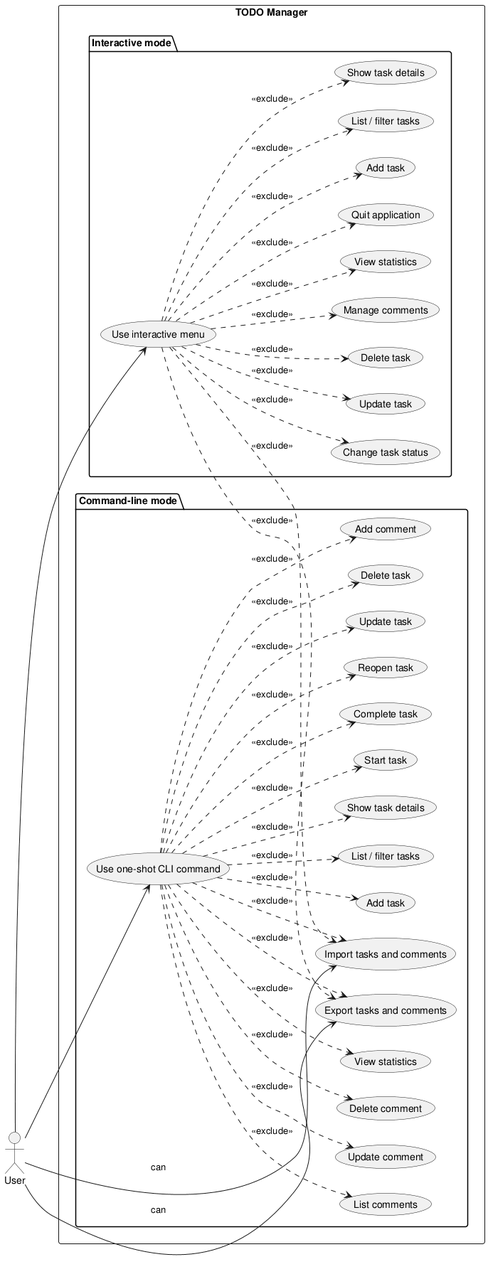
This is experiments/broadcast/structured_text/TODO/artifacts/use_case_diagram.png from DanielRiha8906/Software_autoevolution_using_agents, a PlantUML export, as it was before one commit. Its diagram source:
```plantuml
@startuml use_case_diagram

left to right direction

actor User

rectangle "TODO Manager" {

  package "Interactive mode" {
    usecase "Use interactive menu" as UI
    usecase "Add task" as I_ADD
    usecase "List / filter tasks" as I_LIST
    usecase "Show task details" as I_SHOW
    usecase "Change task status" as I_STATUS
    usecase "Update task" as I_UPDATE
    usecase "Delete task" as I_DELETE
    usecase "Manage comments" as I_COMMENTS
    usecase "View statistics" as I_STATS
    usecase "Quit application" as I_QUIT
  }

  package "Command-line mode" {
    usecase "Use one-shot CLI command" as CLI
    usecase "Add task" as C_ADD
    usecase "List / filter tasks" as C_LIST
    usecase "Show task details" as C_SHOW
    usecase "Start task" as C_START
    usecase "Complete task" as C_DONE
    usecase "Reopen task" as C_REOPEN
    usecase "Update task" as C_UPDATE
    usecase "Delete task" as C_DELETE
    usecase "Add comment" as C_ADD_COMMENT
    usecase "List comments" as C_LIST_COMMENTS
    usecase "Update comment" as C_UPDATE_COMMENT
    usecase "Delete comment" as C_DELETE_COMMENT
    usecase "View statistics" as C_STATS
    usecase "Export tasks and comments" as C_EXPORT
    usecase "Import tasks and comments" as C_IMPORT
  }
}

User --> UI
User --> CLI

UI ..> I_ADD    : <<exclude>>
UI ..> I_LIST   : <<exclude>>
UI ..> I_SHOW   : <<exclude>>
UI ..> I_STATUS : <<exclude>>
UI ..> I_UPDATE : <<exclude>>
UI ..> I_DELETE : <<exclude>>
UI ..> I_COMMENTS : <<exclude>>
UI ..> I_STATS  : <<exclude>>
UI ..> I_QUIT   : <<exclude>>

CLI ..> C_ADD    : <<exclude>>
CLI ..> C_LIST   : <<exclude>>
CLI ..> C_SHOW   : <<exclude>>
CLI ..> C_START  : <<exclude>>
CLI ..> C_DONE   : <<exclude>>
CLI ..> C_REOPEN : <<exclude>>
CLI ..> C_UPDATE : <<exclude>>
CLI ..> C_DELETE : <<exclude>>
CLI ..> C_ADD_COMMENT : <<exclude>>
CLI ..> C_LIST_COMMENTS : <<exclude>>
CLI ..> C_UPDATE_COMMENT : <<exclude>>
CLI ..> C_DELETE_COMMENT : <<exclude>>
CLI ..> C_STATS : <<exclude>>
CLI ..> C_EXPORT : <<exclude>>
CLI ..> C_IMPORT : <<exclude>>

UI ..> C_EXPORT : <<exclude>>
UI ..> C_IMPORT : <<exclude>>

User --> C_EXPORT : can
User --> C_IMPORT : can

@enduml
```
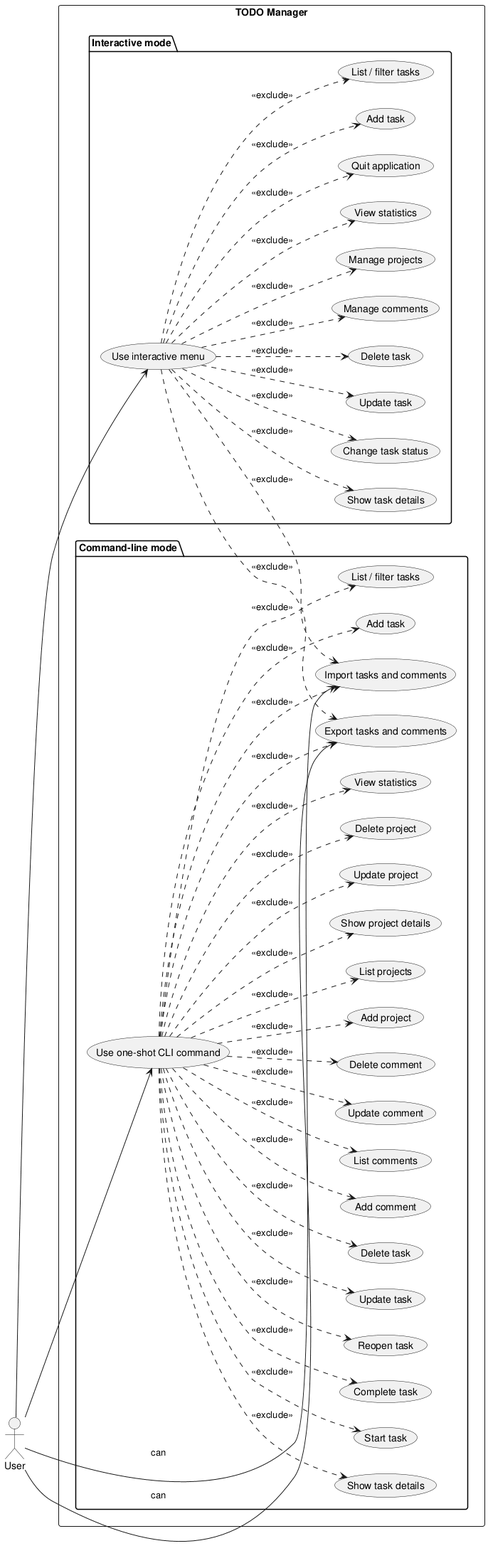
Later version of the same file.

Diff of the diagram source:
```diff
@@ -15,6 +15,7 @@
     usecase "Update task" as I_UPDATE
     usecase "Delete task" as I_DELETE
     usecase "Manage comments" as I_COMMENTS
+    usecase "Manage projects" as I_PROJECTS
     usecase "View statistics" as I_STATS
     usecase "Quit application" as I_QUIT
   }
@@ -33,6 +34,11 @@
     usecase "List comments" as C_LIST_COMMENTS
     usecase "Update comment" as C_UPDATE_COMMENT
     usecase "Delete comment" as C_DELETE_COMMENT
+    usecase "Add project" as C_ADD_PROJECT
+    usecase "List projects" as C_LIST_PROJECT
+    usecase "Show project details" as C_SHOW_PROJECT
+    usecase "Update project" as C_UPDATE_PROJECT
+    usecase "Delete project" as C_DELETE_PROJECT
     usecase "View statistics" as C_STATS
     usecase "Export tasks and comments" as C_EXPORT
     usecase "Import tasks and comments" as C_IMPORT
@@ -49,6 +55,7 @@
 UI ..> I_UPDATE : <<exclude>>
 UI ..> I_DELETE : <<exclude>>
 UI ..> I_COMMENTS : <<exclude>>
+UI ..> I_PROJECTS : <<exclude>>
 UI ..> I_STATS  : <<exclude>>
 UI ..> I_QUIT   : <<exclude>>
 
@@ -64,6 +71,11 @@
 CLI ..> C_LIST_COMMENTS : <<exclude>>
 CLI ..> C_UPDATE_COMMENT : <<exclude>>
 CLI ..> C_DELETE_COMMENT : <<exclude>>
+CLI ..> C_ADD_PROJECT : <<exclude>>
+CLI ..> C_LIST_PROJECT : <<exclude>>
+CLI ..> C_SHOW_PROJECT : <<exclude>>
+CLI ..> C_UPDATE_PROJECT : <<exclude>>
+CLI ..> C_DELETE_PROJECT : <<exclude>>
 CLI ..> C_STATS : <<exclude>>
 CLI ..> C_EXPORT : <<exclude>>
 CLI ..> C_IMPORT : <<exclude>>
```
